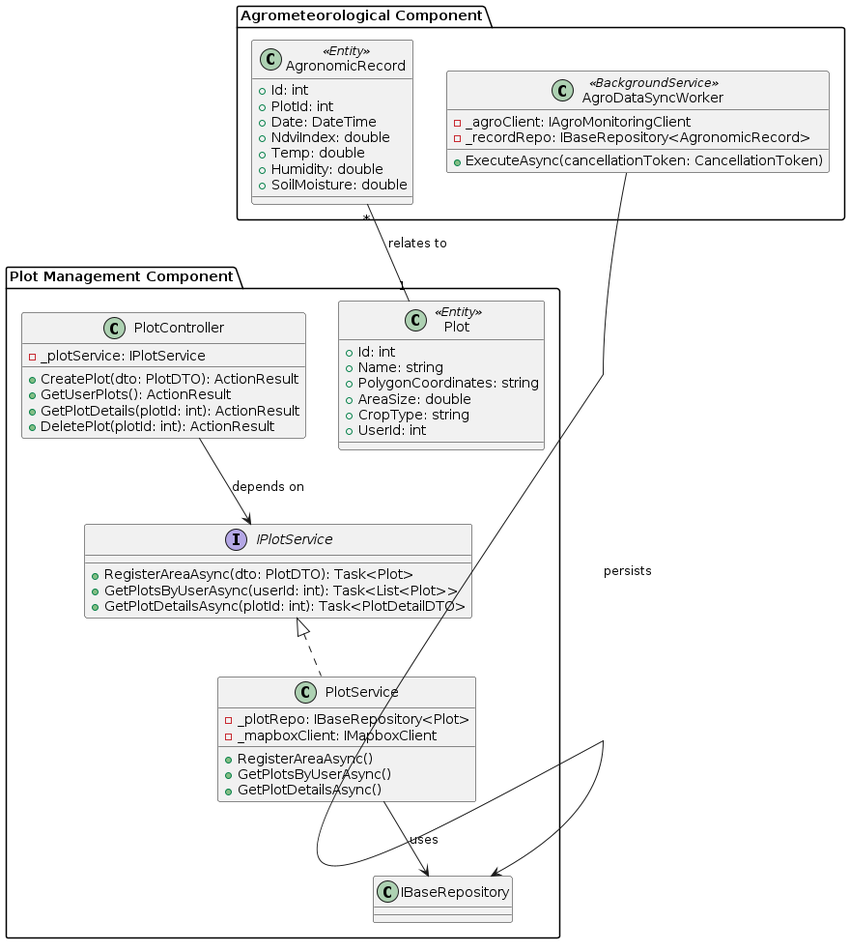
Before: report/assets/class-diagrams/plot-management-and-agrometeorological-monitoring-components-diagram.png, a diagram exported from PlantUML (upc-pre-1asi0729-11848-arcadiadevs/viora-report).
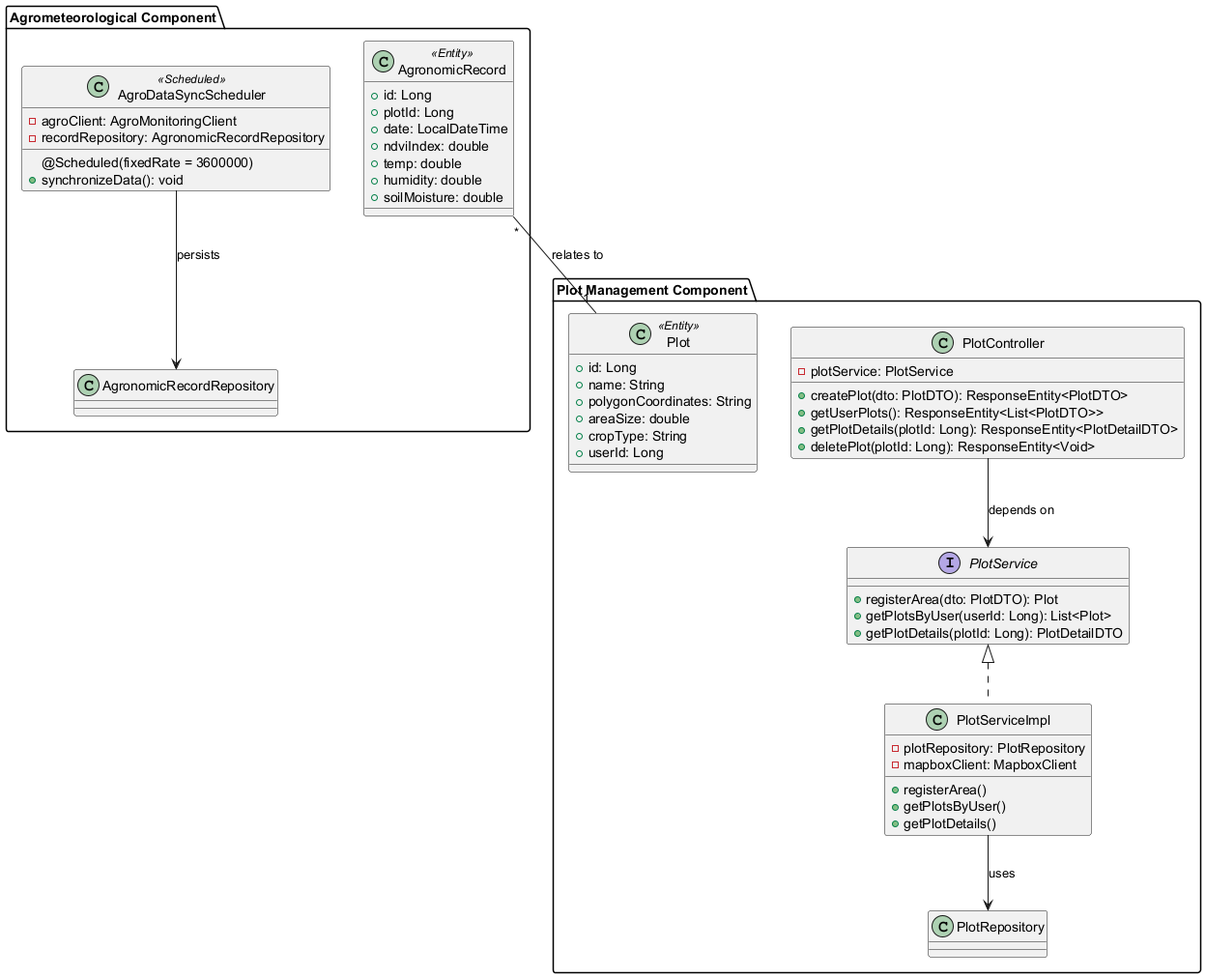
The same file after the commit.

Diff of the diagram source:
```diff
@@ -1,60 +1,61 @@
 @startuml
 package "Plot Management Component" {
     class PlotController {
-        - _plotService: IPlotService
-        + CreatePlot(dto: PlotDTO): ActionResult
-        + GetUserPlots(): ActionResult
-        + GetPlotDetails(plotId: int): ActionResult
-        + DeletePlot(plotId: int): ActionResult
+        - plotService: PlotService
+        + createPlot(dto: PlotDTO): ResponseEntity<PlotDTO>
+        + getUserPlots(): ResponseEntity<List<PlotDTO>>
+        + getPlotDetails(plotId: Long): ResponseEntity<PlotDetailDTO>
+        + deletePlot(plotId: Long): ResponseEntity<Void>
     }
 
-    interface IPlotService {
-        + RegisterAreaAsync(dto: PlotDTO): Task<Plot>
-        + GetPlotsByUserAsync(userId: int): Task<List<Plot>>
-        + GetPlotDetailsAsync(plotId: int): Task<PlotDetailDTO>
+    interface PlotService {
+        + registerArea(dto: PlotDTO): Plot
+        + getPlotsByUser(userId: Long): List<Plot>
+        + getPlotDetails(plotId: Long): PlotDetailDTO
     }
 
-    class PlotService {
-        - _plotRepo: IBaseRepository<Plot>
-        - _mapboxClient: IMapboxClient
-        + RegisterAreaAsync()
-        + GetPlotsByUserAsync()
-        + GetPlotDetailsAsync()
+    class PlotServiceImpl {
+        - plotRepository: PlotRepository
+        - mapboxClient: MapboxClient
+        + registerArea()
+        + getPlotsByUser()
+        + getPlotDetails()
     }
 
     class Plot <<Entity>> {
-        + Id: int
-        + Name: string
-        + PolygonCoordinates: string
-        + AreaSize: double
-        + CropType: string
-        + UserId: int
+        + id: Long
+        + name: String
+        + polygonCoordinates: String
+        + areaSize: double
+        + cropType: String
+        + userId: Long
     }
 
-    IPlotService <|.. PlotService
-    PlotService --> IBaseRepository : uses
+    PlotService <|.. PlotServiceImpl
+    PlotServiceImpl --> PlotRepository : uses
 }
 
 package "Agrometeorological Component" {
-    class AgroDataSyncWorker <<BackgroundService>> {
-        - _agroClient: IAgroMonitoringClient
-        - _recordRepo: IBaseRepository<AgronomicRecord>
-        + ExecuteAsync(cancellationToken: CancellationToken)
+    class AgroDataSyncScheduler <<Scheduled>> {
+        - agroClient: AgroMonitoringClient
+        - recordRepository: AgronomicRecordRepository
+        @Scheduled(fixedRate = 3600000)
+        + synchronizeData(): void
     }
 
     class AgronomicRecord <<Entity>> {
-        + Id: int
-        + PlotId: int
-        + Date: DateTime
-        + NdviIndex: double
-        + Temp: double
-        + Humidity: double
-        + SoilMoisture: double
+        + id: Long
+        + plotId: Long
+        + date: LocalDateTime
+        + ndviIndex: double
+        + temp: double
+        + humidity: double
+        + soilMoisture: double
     }
 
     AgronomicRecord "*" -- "1" Plot : relates to
-    AgroDataSyncWorker --> IBaseRepository : persists
+    AgroDataSyncScheduler --> AgronomicRecordRepository : persists
 }
 
-PlotController --> IPlotService : depends on
+PlotController --> PlotService : depends on
 @enduml
```
